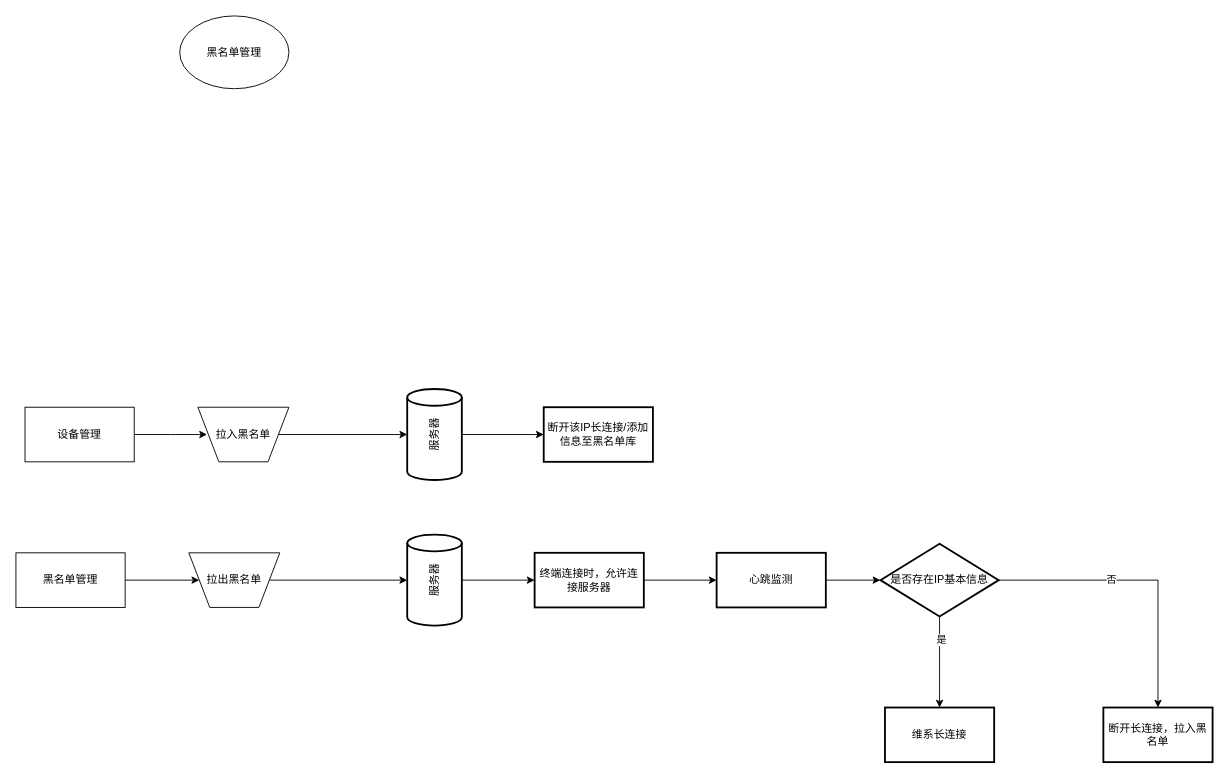
The draw.io diagram page "第 4 页" (4 of 4) of 硬件预警.drawio in YangDongDD/-, before the edit. Source tidied: cells renumbered, new cells numbered last; positions are measured from the earlier drawing's top-left corner, leaving out a move shared by most shapes. Both pictures are drawn from the tidied source at 91%, with x=0, y=0 at pixel (15, 15).
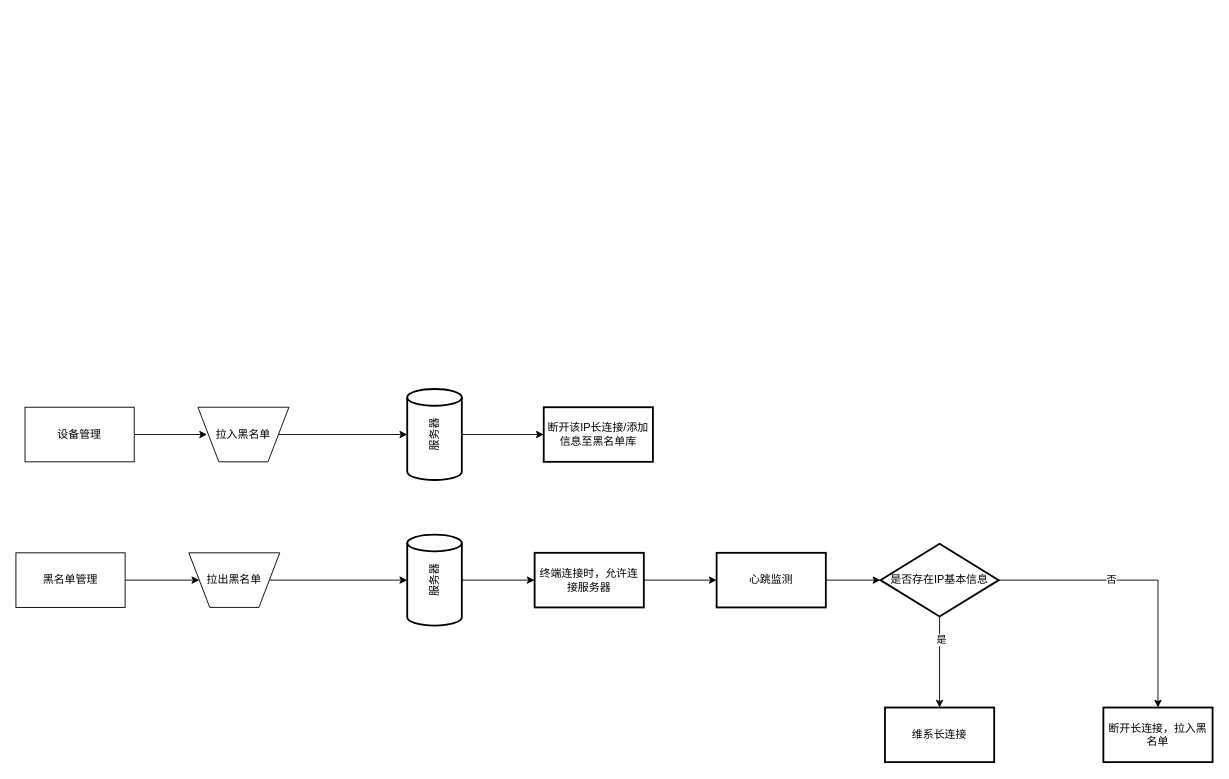
The same page after the edit.

Diff of the diagram source:
```diff
@@
-    <mxCell id="2" value="黑名单管理" style="ellipse;whiteSpace=wrap;html=1;labelBackgroundColor=default;" parent="1" vertex="1">
-      <mxGeometry x="180" width="120" height="80" as="geometry" />
-    </mxCell>
```
